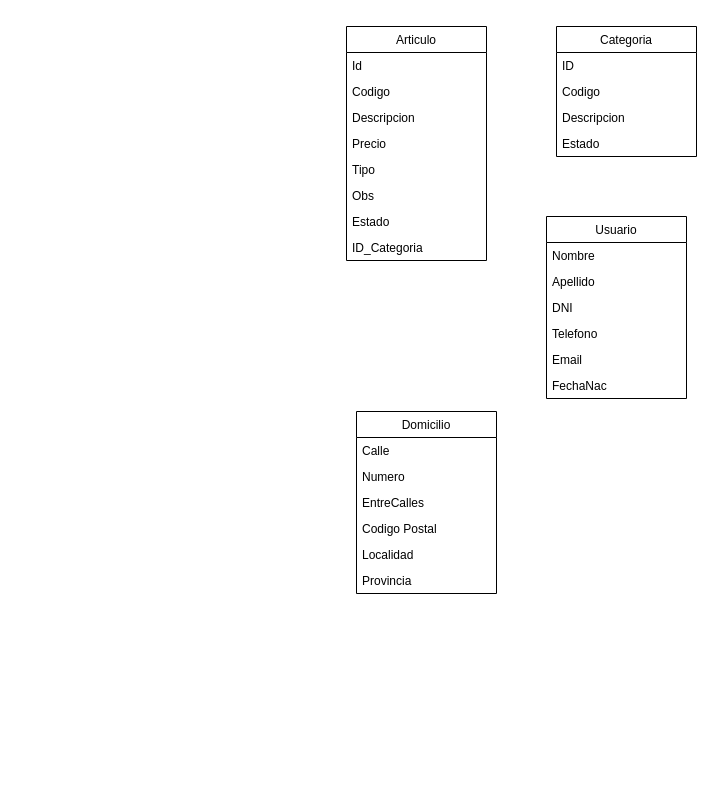
This is Untitled Diagram.drawio from MATUKE23/PROYECTO-FINAL-PROG-III, a draw.io file, before an edit. Source tidied: cells renumbered, new cells numbered last; positions are measured from the earlier drawing's top-left corner, leaving out a move shared by most shapes. Both pictures are drawn from the tidied source at 100%, with x=0, y=0 at pixel (346, 26).
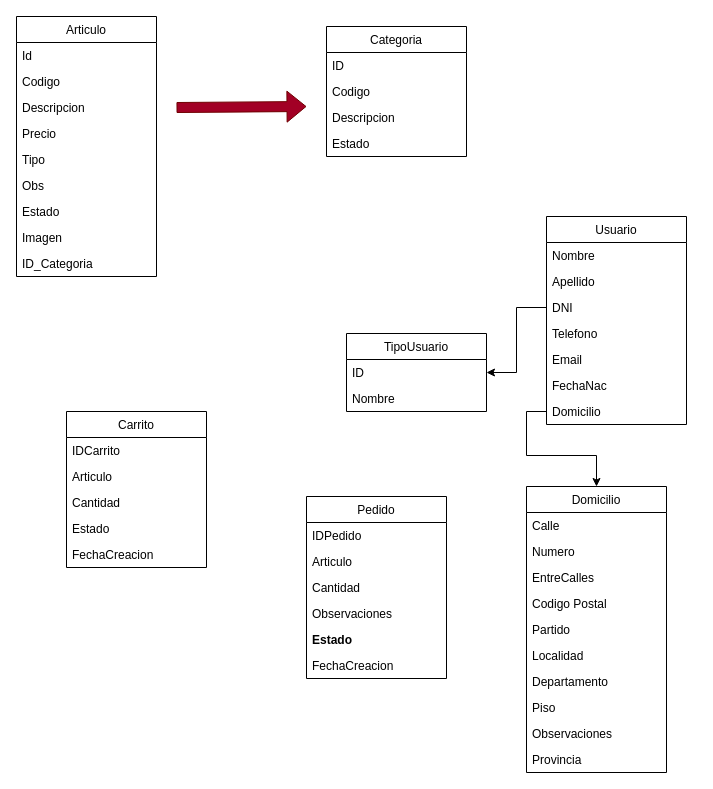
The same diagram, later.

Unchanged cells that the change refers to:
```xml
<mxCell id="19" value="DNI" style="text;strokeColor=none;fillColor=none;align=left;verticalAlign=top;spacingLeft=4;spacingRight=4;overflow=hidden;points=[[0,0.5],[1,0.5]];portConstraint=eastwest;" parent="16" vertex="1">
  <mxGeometry y="78" width="140" height="26" as="geometry" />
</mxCell>
```

Change to the diagram source:
```diff
@@
     <mxCell id="2" value="Articulo" style="swimlane;fontStyle=0;horizontal=1;startSize=26;fillColor=none;" parent="1" vertex="1">
-      <mxGeometry width="140" height="234" as="geometry" />
+      <mxGeometry x="-330" y="-10" width="140" height="260" as="geometry" />
     </mxCell>
@@
+    <mxCell id="30" value="Imagen" style="text;strokeColor=none;fillColor=none;align=left;verticalAlign=top;spacingLeft=4;spacingRight=4;overflow=hidden;" parent="2" vertex="1">
+      <mxGeometry y="208" width="140" height="26" as="geometry" />
+    </mxCell>
     <mxCell id="10" value="ID_Categoria" style="text;strokeColor=none;fillColor=none;align=left;verticalAlign=top;spacingLeft=4;spacingRight=4;overflow=hidden;" parent="2" vertex="1">
-      <mxGeometry y="208" width="140" height="26" as="geometry" />
+      <mxGeometry y="234" width="140" height="26" as="geometry" />
     </mxCell>
     <mxCell id="11" value="Categoria" style="swimlane;fontStyle=0;horizontal=1;startSize=26;fillColor=none;" parent="1" vertex="1">
-      <mxGeometry x="210" width="140" height="130" as="geometry" />
+      <mxGeometry x="-20" width="140" height="130" as="geometry" />
     </mxCell>
@@
     <mxCell id="16" value="Usuario" style="swimlane;fontStyle=0;horizontal=1;startSize=26;fillColor=none;" parent="1" vertex="1">
-      <mxGeometry x="200" y="190" width="140" height="182" as="geometry" />
+      <mxGeometry x="200" y="190" width="140" height="208" as="geometry" />
     </mxCell>
@@
+    <mxCell id="31" value="Domicilio" style="text;strokeColor=none;fillColor=none;align=left;verticalAlign=top;spacingLeft=4;spacingRight=4;overflow=hidden;points=[[0,0.5],[1,0.5]];portConstraint=eastwest;" parent="16" vertex="1">
+      <mxGeometry y="182" width="140" height="26" as="geometry" />
+    </mxCell>
     <mxCell id="23" value="Domicilio" style="swimlane;fontStyle=0;horizontal=1;startSize=26;fillColor=none;" parent="1" vertex="1">
-      <mxGeometry x="10" y="385" width="140" height="182" as="geometry" />
+      <mxGeometry x="180" y="460" width="140" height="286" as="geometry" />
     </mxCell>
@@
+    <mxCell id="32" value="Partido" style="text;strokeColor=none;fillColor=none;align=left;verticalAlign=top;spacingLeft=4;spacingRight=4;overflow=hidden;" parent="23" vertex="1">
+      <mxGeometry y="130" width="140" height="26" as="geometry" />
+    </mxCell>
     <mxCell id="28" value="Localidad" style="text;strokeColor=none;fillColor=none;align=left;verticalAlign=top;spacingLeft=4;spacingRight=4;overflow=hidden;" parent="23" vertex="1">
-      <mxGeometry y="130" width="140" height="26" as="geometry" />
+      <mxGeometry y="156" width="140" height="26" as="geometry" />
     </mxCell>
+    <mxCell id="33" value="Departamento" style="text;strokeColor=none;fillColor=none;align=left;verticalAlign=top;spacingLeft=4;spacingRight=4;overflow=hidden;" parent="23" vertex="1">
+      <mxGeometry y="182" width="140" height="26" as="geometry" />
+    </mxCell>
+    <mxCell id="34" value="Piso" style="text;strokeColor=none;fillColor=none;align=left;verticalAlign=top;spacingLeft=4;spacingRight=4;overflow=hidden;" parent="23" vertex="1">
+      <mxGeometry y="208" width="140" height="26" as="geometry" />
+    </mxCell>
+    <mxCell id="35" value="Observaciones" style="text;strokeColor=none;fillColor=none;align=left;verticalAlign=top;spacingLeft=4;spacingRight=4;overflow=hidden;" parent="23" vertex="1">
+      <mxGeometry y="234" width="140" height="26" as="geometry" />
+    </mxCell>
     <mxCell id="29" value="Provincia" style="text;strokeColor=none;fillColor=none;align=left;verticalAlign=top;spacingLeft=4;spacingRight=4;overflow=hidden;" parent="23" vertex="1">
-      <mxGeometry y="156" width="140" height="26" as="geometry" />
+      <mxGeometry y="260" width="140" height="26" as="geometry" />
     </mxCell>
+    <mxCell id="36" value="Carrito" style="swimlane;fontStyle=0;horizontal=1;startSize=26;fillColor=none;" parent="1" vertex="1">
+      <mxGeometry x="-280" y="385" width="140" height="156" as="geometry" />
+    </mxCell>
+    <mxCell id="37" value="IDCarrito" style="text;strokeColor=none;fillColor=none;align=left;verticalAlign=top;spacingLeft=4;spacingRight=4;overflow=hidden;" parent="36" vertex="1">
+      <mxGeometry y="26" width="140" height="26" as="geometry" />
+    </mxCell>
+    <mxCell id="38" value="Articulo" style="text;strokeColor=none;fillColor=none;align=left;verticalAlign=top;spacingLeft=4;spacingRight=4;overflow=hidden;" parent="36" vertex="1">
+      <mxGeometry y="52" width="140" height="26" as="geometry" />
+    </mxCell>
+    <mxCell id="39" value="Cantidad" style="text;strokeColor=none;fillColor=none;align=left;verticalAlign=top;spacingLeft=4;spacingRight=4;overflow=hidden;" parent="36" vertex="1">
+      <mxGeometry y="78" width="140" height="26" as="geometry" />
+    </mxCell>
+    <mxCell id="40" value="Estado" style="text;strokeColor=none;fillColor=none;align=left;verticalAlign=top;spacingLeft=4;spacingRight=4;overflow=hidden;" parent="36" vertex="1">
+      <mxGeometry y="104" width="140" height="26" as="geometry" />
+    </mxCell>
+    <mxCell id="41" value="FechaCreacion" style="text;strokeColor=none;fillColor=none;align=left;verticalAlign=top;spacingLeft=4;spacingRight=4;overflow=hidden;" parent="36" vertex="1">
+      <mxGeometry y="130" width="140" height="26" as="geometry" />
+    </mxCell>
+    <mxCell id="42" value="TipoUsuario" style="swimlane;fontStyle=0;horizontal=1;startSize=26;fillColor=none;" parent="1" vertex="1">
+      <mxGeometry y="307" width="140" height="78" as="geometry" />
+    </mxCell>
+    <mxCell id="43" value="ID" style="text;strokeColor=none;fillColor=none;align=left;verticalAlign=top;spacingLeft=4;spacingRight=4;overflow=hidden;points=[[0,0.5],[1,0.5]];portConstraint=eastwest;" parent="42" vertex="1">
+      <mxGeometry y="26" width="140" height="26" as="geometry" />
+    </mxCell>
+    <mxCell id="44" value="Nombre" style="text;strokeColor=none;fillColor=none;align=left;verticalAlign=top;spacingLeft=4;spacingRight=4;overflow=hidden;" parent="42" vertex="1">
+      <mxGeometry y="52" width="140" height="26" as="geometry" />
+    </mxCell>
+    <mxCell id="45" style="edgeStyle=orthogonalEdgeStyle;rounded=0;jettySize=auto;html=1;" parent="1" edge="1" source="19" target="43">
+      <mxGeometry relative="1" as="geometry" />
+    </mxCell>
+    <mxCell id="46" style="edgeStyle=orthogonalEdgeStyle;rounded=0;jettySize=auto;html=1;" parent="1" edge="1" source="31" target="23">
+      <mxGeometry relative="1" as="geometry" />
+    </mxCell>
+    <mxCell id="47" style="shape=flexArrow;endArrow=classic;html=1;rounded=0;fillColor=#a20025;strokeColor=#6F0000;" parent="1" edge="1">
+      <mxGeometry relative="1" as="geometry">
+        <mxPoint x="-170" y="81" as="sourcePoint" />
+        <mxPoint x="-40" y="80" as="targetPoint" />
+      </mxGeometry>
+    </mxCell>
+    <mxCell id="48" value="Pedido" style="swimlane;fontStyle=0;horizontal=1;startSize=26;fillColor=none;" parent="1" vertex="1">
+      <mxGeometry x="-40" y="470" width="140" height="182" as="geometry" />
+    </mxCell>
+    <mxCell id="49" value="IDPedido" style="text;strokeColor=none;fillColor=none;align=left;verticalAlign=top;spacingLeft=4;spacingRight=4;overflow=hidden;" parent="48" vertex="1">
+      <mxGeometry y="26" width="140" height="26" as="geometry" />
+    </mxCell>
+    <mxCell id="50" value="Articulo" style="text;strokeColor=none;fillColor=none;align=left;verticalAlign=top;spacingLeft=4;spacingRight=4;overflow=hidden;" parent="48" vertex="1">
+      <mxGeometry y="52" width="140" height="26" as="geometry" />
+    </mxCell>
+    <mxCell id="51" value="Cantidad" style="text;strokeColor=none;fillColor=none;align=left;verticalAlign=top;spacingLeft=4;spacingRight=4;overflow=hidden;" parent="48" vertex="1">
+      <mxGeometry y="78" width="140" height="26" as="geometry" />
+    </mxCell>
+    <mxCell id="52" value="Observaciones" style="text;strokeColor=none;fillColor=none;align=left;verticalAlign=top;spacingLeft=4;spacingRight=4;overflow=hidden;" parent="48" vertex="1">
+      <mxGeometry y="104" width="140" height="26" as="geometry" />
+    </mxCell>
+    <mxCell id="53" value="Estado" style="text;strokeColor=none;fillColor=none;align=left;verticalAlign=top;spacingLeft=4;spacingRight=4;overflow=hidden;fontStyle=1;" parent="48" vertex="1">
+      <mxGeometry y="130" width="140" height="26" as="geometry" />
+    </mxCell>
+    <mxCell id="54" value="FechaCreacion" style="text;strokeColor=none;fillColor=none;align=left;verticalAlign=top;spacingLeft=4;spacingRight=4;overflow=hidden;" parent="48" vertex="1">
+      <mxGeometry y="156" width="140" height="26" as="geometry" />
+    </mxCell>
```
